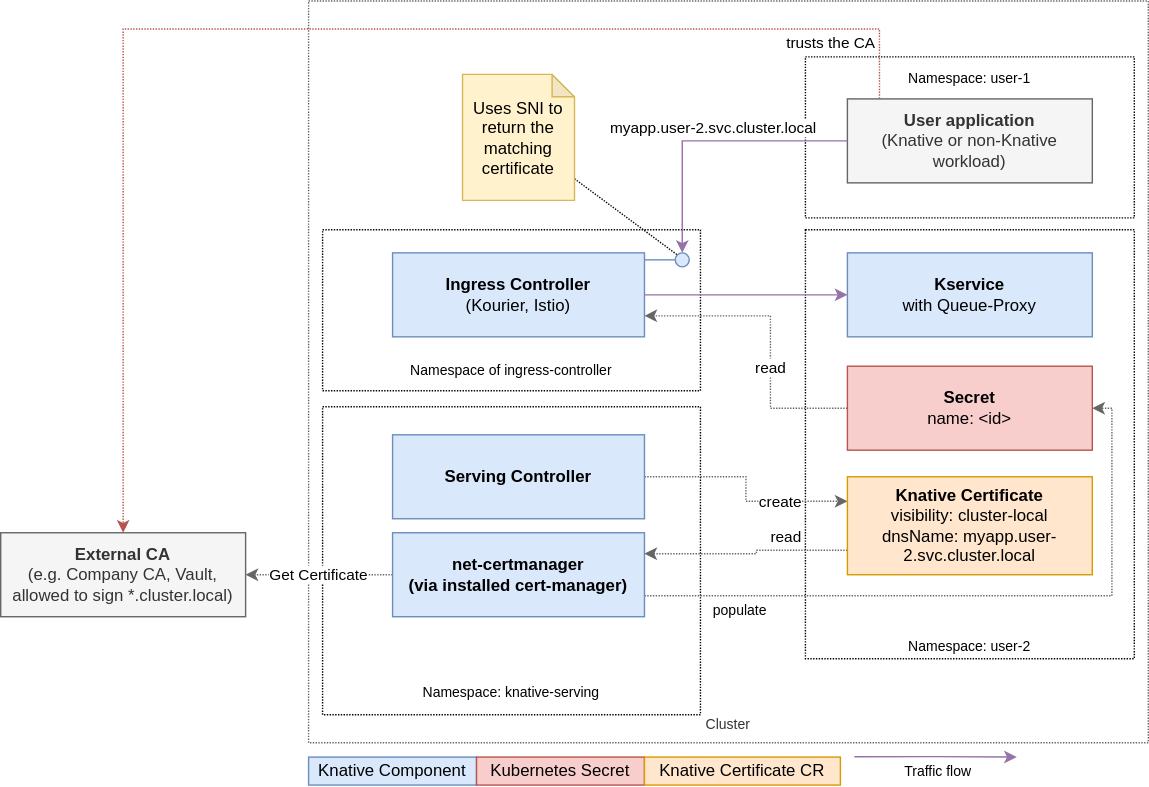
This is modules/serverless/assets/images/serving-encryption/encryption-cluster-local-domain.drawio.svg from openshift-knative/docs, a draw.io export, as it was before one commit. Source tidied: cells renumbered, new cells last; positions are measured from the earlier drawing's top-left corner, leaving out a move shared by most shapes. The source it was exported from:
```xml
<mxGraphModel background="#FFFFFF">
  <root>
    <mxCell id="0" />
    <mxCell id="1" parent="0" />
    <mxCell id="2" value="&lt;br&gt;&lt;br&gt;&lt;br&gt;&lt;br&gt;&lt;br&gt;&lt;br&gt;&lt;br&gt;&lt;br&gt;&lt;br&gt;&lt;br&gt;&lt;br&gt;&lt;br&gt;&lt;br&gt;&lt;br&gt;&lt;br&gt;&lt;br&gt;&lt;br&gt;&lt;br&gt;&lt;br&gt;&lt;br&gt;&lt;br&gt;&lt;br&gt;&lt;br&gt;&lt;br&gt;&lt;br&gt;&lt;br&gt;&lt;br&gt;&lt;br&gt;&lt;br&gt;&lt;br&gt;&lt;br&gt;&lt;br&gt;&lt;br&gt;&lt;br&gt;&lt;br&gt;&lt;font style=&quot;font-size: 10px;&quot;&gt;Cluster&lt;/font&gt;" style="rounded=0;whiteSpace=wrap;html=1;fillColor=none;fontColor=#333333;strokeColor=#666666;dashed=1;dashPattern=1 1;" parent="1" vertex="1">
      <mxGeometry x="220" width="600" height="530" as="geometry" />
    </mxCell>
    <mxCell id="3" value="&lt;font style=&quot;font-size: 10px;&quot;&gt;&lt;br&gt;&lt;br&gt;&lt;br&gt;&lt;br&gt;&lt;br&gt;&lt;br&gt;Namespace of ingress-controller&lt;br&gt;&lt;/font&gt;" style="rounded=0;whiteSpace=wrap;html=1;fillColor=none;dashed=1;dashPattern=1 1;" parent="1" vertex="1">
      <mxGeometry x="230" y="163.5" width="270" height="115" as="geometry" />
    </mxCell>
    <mxCell id="4" value="&lt;br&gt;&lt;br&gt;&lt;br&gt;&lt;br&gt;&lt;br&gt;&lt;br&gt;&lt;br&gt;&lt;br&gt;&lt;br&gt;&lt;br&gt;&lt;br&gt;&lt;br&gt;&lt;br&gt;&lt;br&gt;&lt;br&gt;&lt;br&gt;&lt;br&gt;&lt;br&gt;&lt;br&gt;&lt;br&gt;&lt;font style=&quot;font-size: 10px;&quot;&gt;Namespace: user-2&lt;/font&gt;" style="rounded=0;whiteSpace=wrap;html=1;fillColor=none;dashed=1;dashPattern=1 1;" parent="1" vertex="1">
      <mxGeometry x="575" y="163.5" width="235" height="306.5" as="geometry" />
    </mxCell>
    <mxCell id="5" value="&lt;br&gt;&lt;br&gt;&lt;br&gt;&lt;br&gt;&lt;br&gt;&lt;br&gt;&lt;br&gt;&lt;br&gt;&lt;br&gt;&lt;br&gt;&lt;br&gt;&lt;br&gt;&lt;br&gt;&lt;font style=&quot;font-size: 10px;&quot;&gt;Namespace: knative-serving&lt;/font&gt;" style="rounded=0;whiteSpace=wrap;html=1;fillColor=none;dashed=1;dashPattern=1 1;" parent="1" vertex="1">
      <mxGeometry x="230" y="290" width="270" height="220" as="geometry" />
    </mxCell>
    <mxCell id="6" value="&lt;b&gt;Kservice&lt;br&gt;&lt;/b&gt;with Queue-Proxy" style="rounded=0;whiteSpace=wrap;html=1;fillColor=#dae8fc;strokeColor=#6c8ebf;" parent="1" vertex="1">
      <mxGeometry x="605" y="180" width="175" height="60" as="geometry" />
    </mxCell>
    <mxCell id="7" value="&lt;b&gt;Ingress Controller&lt;/b&gt;&lt;br&gt;(Kourier, Istio)" style="rounded=0;whiteSpace=wrap;html=1;fillColor=#dae8fc;strokeColor=#6c8ebf;" parent="1" vertex="1">
      <mxGeometry x="280" y="180" width="180" height="60" as="geometry" />
    </mxCell>
    <mxCell id="8" value="trusts the CA" style="edgeStyle=orthogonalEdgeStyle;rounded=0;jettySize=auto;html=1;entryX=0.5;entryY=0;entryDx=0;entryDy=0;startArrow=none;startFill=0;dashed=1;dashPattern=1 1;fillColor=#f8cecc;strokeColor=#b85450;exitX=0.131;exitY=-0.004;exitDx=0;exitDy=0;exitPerimeter=0;" parent="1" edge="1" source="23" target="21">
      <mxGeometry x="-0.82" y="10" relative="1" as="geometry">
        <Array as="points">
          <mxPoint x="628" y="20" />
          <mxPoint x="88" y="20" />
        </Array>
      </mxGeometry>
    </mxCell>
    <mxCell id="9" value="create" style="edgeStyle=orthogonalEdgeStyle;rounded=0;jettySize=auto;html=1;entryX=0;entryY=0.25;entryDx=0;entryDy=0;dashed=1;dashPattern=1 1;fillColor=#f5f5f5;strokeColor=#666666;" parent="1" edge="1" source="10" target="15">
      <mxGeometry x="0.41" relative="1" as="geometry" />
    </mxCell>
    <mxCell id="10" value="&lt;b&gt;Serving Controller&lt;/b&gt;" style="rounded=0;whiteSpace=wrap;html=1;fillColor=#dae8fc;strokeColor=#6c8ebf;" parent="1" vertex="1">
      <mxGeometry x="280" y="310" width="180" height="60" as="geometry" />
    </mxCell>
    <mxCell id="11" value="Get Certificate" style="edgeStyle=orthogonalEdgeStyle;rounded=0;jettySize=auto;html=1;entryX=1;entryY=0.5;entryDx=0;entryDy=0;startArrow=none;startFill=0;fillColor=#f5f5f5;strokeColor=#666666;dashed=1;dashPattern=1 1;" parent="1" edge="1" source="13" target="21">
      <mxGeometry relative="1" as="geometry" />
    </mxCell>
    <mxCell id="12" value="populate" style="edgeStyle=orthogonalEdgeStyle;rounded=0;jettySize=auto;html=1;entryX=1;entryY=0.5;entryDx=0;entryDy=0;dashed=1;dashPattern=1 1;fontSize=10;startArrow=none;startFill=0;fillColor=#f5f5f5;strokeColor=#666666;exitX=1;exitY=0.75;exitDx=0;exitDy=0;" parent="1" edge="1" source="13" target="17">
      <mxGeometry x="-0.72" y="-10" relative="1" as="geometry">
        <Array as="points">
          <mxPoint x="794" y="425" />
          <mxPoint x="794" y="291" />
        </Array>
      </mxGeometry>
    </mxCell>
    <mxCell id="13" value="&lt;b&gt;net-certmanager&lt;br&gt;(via installed cert-manager)&lt;/b&gt;" style="rounded=0;whiteSpace=wrap;html=1;fillColor=#dae8fc;strokeColor=#6c8ebf;" parent="1" vertex="1">
      <mxGeometry x="280" y="380" width="180" height="60" as="geometry" />
    </mxCell>
    <mxCell id="14" value="read" style="edgeStyle=orthogonalEdgeStyle;rounded=0;jettySize=auto;html=1;exitX=0;exitY=0.75;exitDx=0;exitDy=0;dashed=1;dashPattern=1 1;fillColor=#f5f5f5;strokeColor=#666666;entryX=1;entryY=0.25;entryDx=0;entryDy=0;" parent="1" edge="1" source="15" target="13">
      <mxGeometry x="-0.4" y="-10" relative="1" as="geometry">
        <Array as="points">
          <mxPoint x="540" y="393" />
          <mxPoint x="540" y="395" />
        </Array>
      </mxGeometry>
    </mxCell>
    <mxCell id="15" value="&lt;b&gt;Knative Certificate&lt;br&gt;&lt;/b&gt;visibility: cluster-local&lt;br&gt;dnsName: myapp.user-2.svc.cluster.local&lt;br&gt;" style="rounded=0;whiteSpace=wrap;html=1;fillColor=#ffe6cc;strokeColor=#d79b00;" parent="1" vertex="1">
      <mxGeometry x="605" y="340" width="175" height="70" as="geometry" />
    </mxCell>
    <mxCell id="16" value="read" style="edgeStyle=orthogonalEdgeStyle;rounded=0;jettySize=auto;html=1;exitX=0;exitY=0.5;exitDx=0;exitDy=0;dashed=1;dashPattern=1 1;fillColor=#f5f5f5;strokeColor=#666666;entryX=1;entryY=0.75;entryDx=0;entryDy=0;" parent="1" edge="1" source="17" target="7">
      <mxGeometry x="-0.2" relative="1" as="geometry">
        <Array as="points">
          <mxPoint x="550" y="291" />
          <mxPoint x="550" y="225" />
        </Array>
      </mxGeometry>
    </mxCell>
    <mxCell id="17" value="&lt;b&gt;Secret&lt;/b&gt;&lt;br&gt;name: &amp;lt;id&amp;gt;" style="rounded=0;whiteSpace=wrap;html=1;fillColor=#f8cecc;strokeColor=#b85450;" parent="1" vertex="1">
      <mxGeometry x="605" y="261" width="175" height="60" as="geometry" />
    </mxCell>
    <mxCell id="18" style="edgeStyle=orthogonalEdgeStyle;rounded=0;jettySize=auto;html=1;strokeColor=#9673a6;entryX=0;entryY=0.5;entryDx=0;entryDy=0;fillColor=#e1d5e7;exitX=1;exitY=0.5;exitDx=0;exitDy=0;" parent="1" edge="1" source="7" target="6">
      <mxGeometry relative="1" as="geometry">
        <Array as="points">
          <mxPoint x="520" y="210" />
          <mxPoint x="520" y="210" />
        </Array>
      </mxGeometry>
    </mxCell>
    <mxCell id="19" style="rounded=0;jettySize=auto;html=1;dashed=1;dashPattern=1 1;fontSize=10;startArrow=none;startFill=0;endArrow=none;endFill=0;entryX=0;entryY=0;entryDx=0;entryDy=0;" parent="1" edge="1" source="20" target="26">
      <mxGeometry relative="1" as="geometry" />
    </mxCell>
    <mxCell id="20" value="Uses SNI to return the matching certificate" style="shape=note;whiteSpace=wrap;html=1;backgroundOutline=1;darkOpacity=0.05;fillColor=#fff2cc;strokeColor=#d6b656;size=16;" parent="1" vertex="1">
      <mxGeometry x="330" y="52.5" width="80" height="90" as="geometry" />
    </mxCell>
    <mxCell id="21" value="&lt;b&gt;External CA&lt;br&gt;&lt;/b&gt;(e.g. Company CA, Vault, allowed to sign *.cluster.local)" style="rounded=0;whiteSpace=wrap;html=1;fillColor=#f5f5f5;strokeColor=#666666;fontColor=#333333;" parent="1" vertex="1">
      <mxGeometry y="380" width="175" height="60" as="geometry" />
    </mxCell>
    <mxCell id="22" value="&lt;font style=&quot;font-size: 10px;&quot;&gt;&lt;font style=&quot;font-size: 10px;&quot;&gt;Namespace: user-1&lt;br&gt;&lt;/font&gt;&lt;br&gt;&lt;br&gt;&lt;br&gt;&lt;br&gt;&lt;br&gt;&lt;br&gt;&lt;/font&gt;" style="rounded=0;whiteSpace=wrap;html=1;fillColor=none;dashed=1;dashPattern=1 1;" parent="1" vertex="1">
      <mxGeometry x="575" y="40" width="235" height="115" as="geometry" />
    </mxCell>
    <mxCell id="23" value="User application&lt;br style=&quot;font-size: 12px;&quot;&gt;&lt;span style=&quot;font-weight: normal; font-size: 12px;&quot;&gt;(Knative or non-Knative workload)&lt;/span&gt;" style="rounded=0;whiteSpace=wrap;html=1;labelBackgroundColor=none;labelBorderColor=none;fontSize=12;fillColor=#f5f5f5;fontColor=#333333;strokeColor=#666666;fontStyle=1;" parent="1" vertex="1">
      <mxGeometry x="605" y="70" width="175" height="60" as="geometry" />
    </mxCell>
    <mxCell id="24" value="myapp.user-2.svc.cluster.local" style="edgeStyle=orthogonalEdgeStyle;rounded=0;jettySize=auto;html=1;strokeColor=#9673a6;entryX=0.5;entryY=0;entryDx=0;entryDy=0;exitX=0;exitY=0.5;exitDx=0;exitDy=0;fillColor=#e1d5e7;" parent="1" edge="1" source="23" target="26">
      <mxGeometry x="-0.03" y="-9" relative="1" as="geometry" />
    </mxCell>
    <mxCell id="25" style="edgeStyle=orthogonalEdgeStyle;rounded=0;jettySize=auto;html=1;endArrow=none;endFill=0;fillColor=#dae8fc;strokeColor=#6c8ebf;" parent="1" edge="1" source="26" target="7">
      <mxGeometry relative="1" as="geometry">
        <Array as="points">
          <mxPoint x="480" y="185" />
          <mxPoint x="480" y="185" />
        </Array>
      </mxGeometry>
    </mxCell>
    <mxCell id="26" style="ellipse;whiteSpace=wrap;html=1;fillColor=#dae8fc;strokeColor=#6c8ebf;" parent="1" vertex="1">
      <mxGeometry x="482" y="180" width="10" height="10" as="geometry" />
    </mxCell>
    <mxCell id="27" value="Knative Component" style="rounded=0;whiteSpace=wrap;html=1;fillColor=#dae8fc;strokeColor=#6c8ebf;" parent="1" vertex="1">
      <mxGeometry x="220" y="540.3" width="120" height="20" as="geometry" />
    </mxCell>
    <mxCell id="28" value="Kubernetes Secret" style="rounded=0;whiteSpace=wrap;html=1;fillColor=#f8cecc;strokeColor=#b85450;" parent="1" vertex="1">
      <mxGeometry x="340" y="540.3" width="120" height="20" as="geometry" />
    </mxCell>
    <mxCell id="29" value="Knative Certificate CR" style="rounded=0;whiteSpace=wrap;html=1;fillColor=#ffe6cc;strokeColor=#d79b00;" parent="1" vertex="1">
      <mxGeometry x="460" y="540.3" width="140" height="20" as="geometry" />
    </mxCell>
    <mxCell id="30" value="&lt;font style=&quot;font-size: 10px;&quot;&gt;Traffic flow&lt;/font&gt;" style="text;html=1;strokeColor=none;fillColor=none;align=center;verticalAlign=middle;whiteSpace=wrap;rounded=0;" parent="1" vertex="1">
      <mxGeometry x="605" y="540.3" width="130" height="20" as="geometry" />
    </mxCell>
    <mxCell id="31" style="edgeStyle=orthogonalEdgeStyle;rounded=0;orthogonalLoop=1;jettySize=auto;html=1;strokeColor=#9673a6;fillColor=#e1d5e7;exitX=1;exitY=0.5;exitDx=0;exitDy=0;" parent="1" edge="1">
      <mxGeometry relative="1" as="geometry">
        <mxPoint x="610" y="540" as="sourcePoint" />
        <mxPoint x="726" y="540.3" as="targetPoint" />
        <Array as="points">
          <mxPoint x="668" y="540.3" />
          <mxPoint x="726" y="540.3" />
        </Array>
      </mxGeometry>
    </mxCell>
  </root>
</mxGraphModel>
```
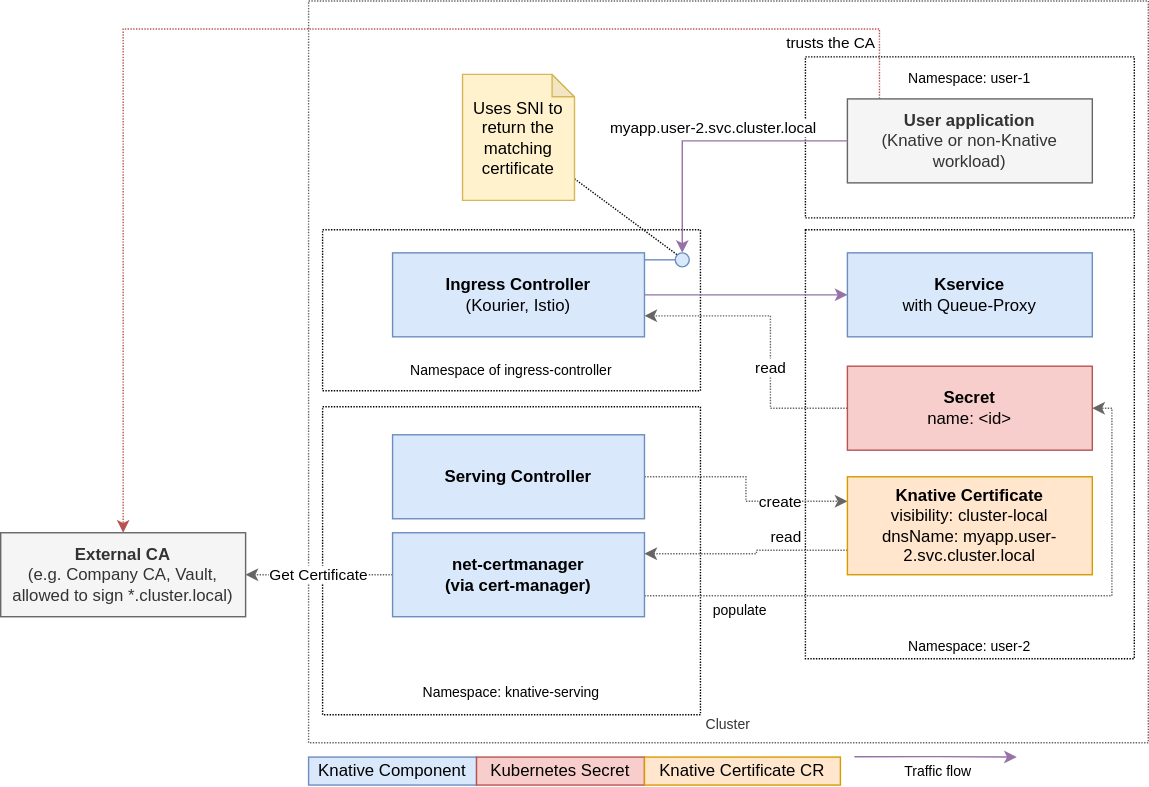
The same diagram one commit later.

Change to the diagram source:
```diff
@@ -45,7 +45,7 @@
         </Array>
       </mxGeometry>
     </mxCell>
-    <mxCell id="13" value="&lt;b&gt;net-certmanager&lt;br&gt;(via installed cert-manager)&lt;/b&gt;" style="rounded=0;whiteSpace=wrap;html=1;fillColor=#dae8fc;strokeColor=#6c8ebf;" parent="1" vertex="1">
+    <mxCell id="13" value="&lt;b&gt;net-certmanager&lt;br&gt;(via cert-manager)&lt;/b&gt;" style="rounded=0;whiteSpace=wrap;html=1;fillColor=#dae8fc;strokeColor=#6c8ebf;" parent="1" vertex="1">
       <mxGeometry x="280" y="380" width="180" height="60" as="geometry" />
     </mxCell>
     <mxCell id="14" value="read" style="edgeStyle=orthogonalEdgeStyle;rounded=0;jettySize=auto;html=1;exitX=0;exitY=0.75;exitDx=0;exitDy=0;dashed=1;dashPattern=1 1;fillColor=#f5f5f5;strokeColor=#666666;entryX=1;entryY=0.25;entryDx=0;entryDy=0;" parent="1" edge="1" source="15" target="13">
```
